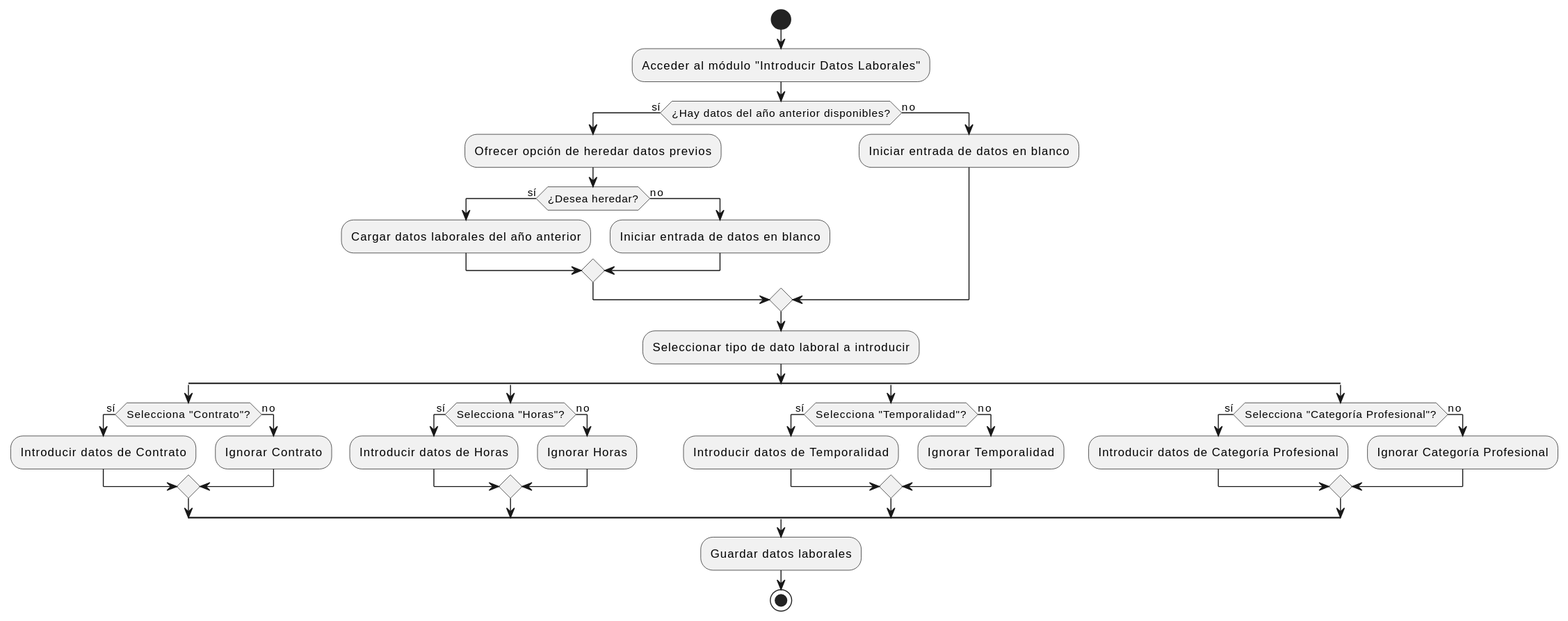
The PlantUML diagram images/modelosUML/CdU/DetallarCasosDeUso/RRHH/IntroducirDatosLaborales.svg in mmasias/24-25-IdSw1-SDR, before a commit. Source of this version:
```plantuml
@startuml
start
:Acceder al módulo "Introducir Datos Laborales";

if (¿Hay datos del año anterior disponibles?) then (sí)
  :Ofrecer opción de heredar datos previos;
  if (¿Desea heredar?) then (sí)
    :Cargar datos laborales del año anterior;
  else (no)
    :Iniciar entrada de datos en blanco;
  endif
else (no)
  :Iniciar entrada de datos en blanco;
endif

:Seleccionar tipo de dato laboral a introducir;

split
  if (Selecciona "Contrato"?) then (sí)
    :Introducir datos de Contrato;
  else (no)
    :Ignorar Contrato;
  endif
split again
  if (Selecciona "Horas"?) then (sí)
    :Introducir datos de Horas;
  else (no)
    :Ignorar Horas;
  endif
split again
  if (Selecciona "Temporalidad"?) then (sí)
    :Introducir datos de Temporalidad;
  else (no)
    :Ignorar Temporalidad;
  endif
split again
  if (Selecciona "Categoría Profesional"?) then (sí)
    :Introducir datos de Categoría Profesional;
  else (no)
    :Ignorar Categoría Profesional;
  endif
endsplit

:Guardar datos laborales;
stop
@enduml
```
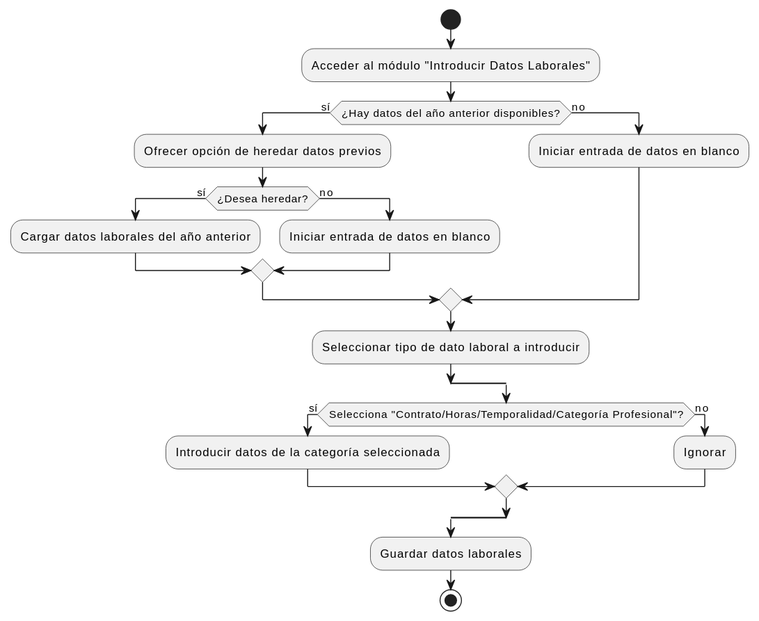
After the commit.

What changed in the source:
```diff
@@ -16,28 +16,10 @@
 :Seleccionar tipo de dato laboral a introducir;
 
 split
-  if (Selecciona "Contrato"?) then (sí)
-    :Introducir datos de Contrato;
+  if (Selecciona "Contrato/Horas/Temporalidad/Categoría Profesional"?) then (sí)
+    :Introducir datos de la categoría seleccionada;
   else (no)
-    :Ignorar Contrato;
-  endif
-split again
-  if (Selecciona "Horas"?) then (sí)
-    :Introducir datos de Horas;
-  else (no)
-    :Ignorar Horas;
-  endif
-split again
-  if (Selecciona "Temporalidad"?) then (sí)
-    :Introducir datos de Temporalidad;
-  else (no)
-    :Ignorar Temporalidad;
-  endif
-split again
-  if (Selecciona "Categoría Profesional"?) then (sí)
-    :Introducir datos de Categoría Profesional;
-  else (no)
-    :Ignorar Categoría Profesional;
+    :Ignorar;
   endif
 endsplit
 
```
